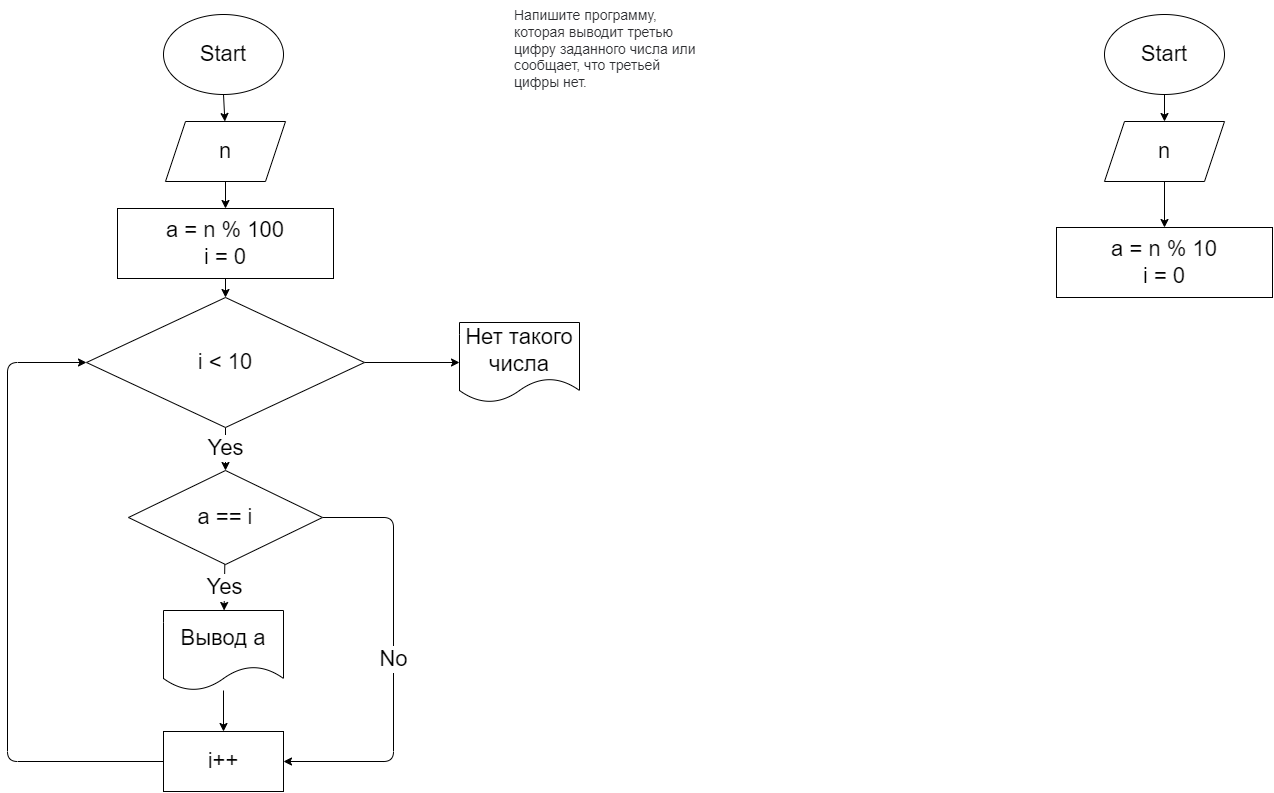
Pythoncheg/C-Discover keeps this draw.io diagram as HomeWork02/Example13/Ex13.drawio.png. Above is the earlier version. Source tidied: cells renumbered, new cells last; positions are measured from the earlier drawing's top-left corner, leaving out a move shared by most shapes.
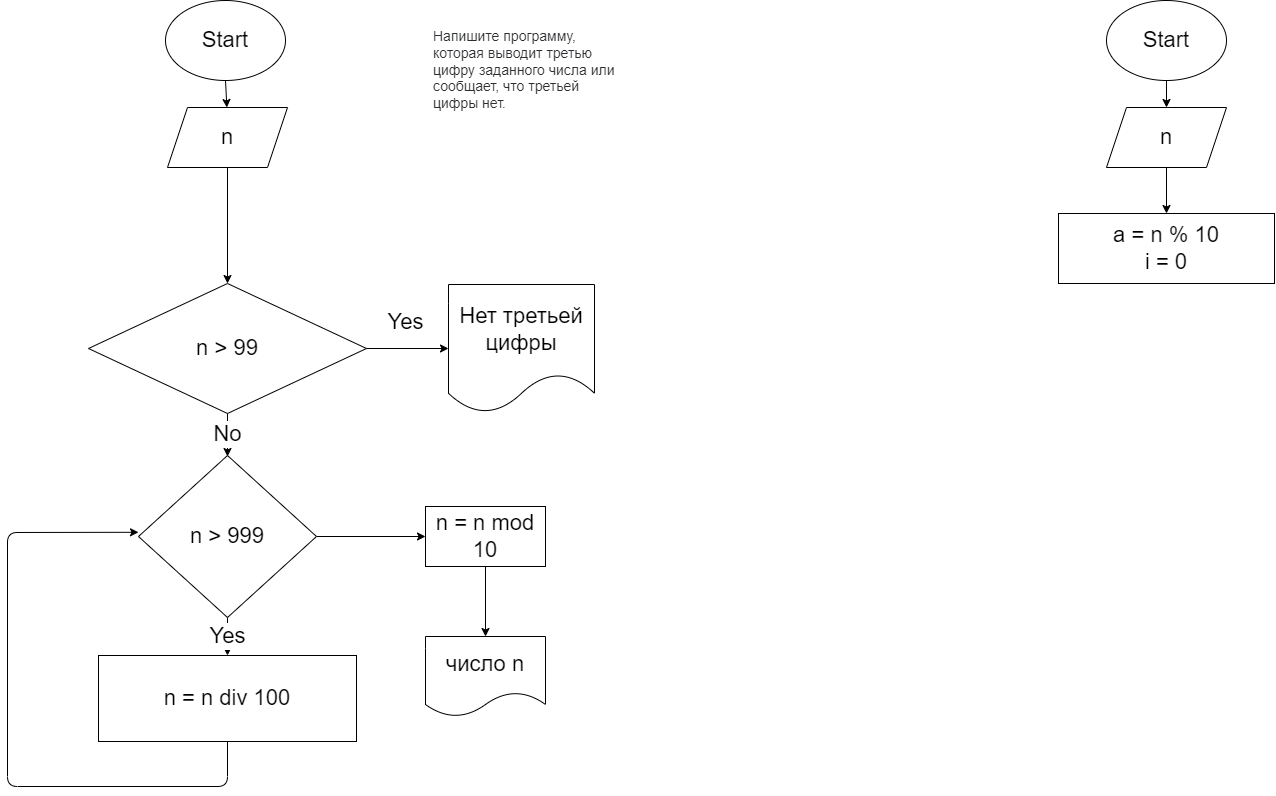
The same file after the commit.

Commit message:
Решил задание 13

Change to the diagram source:
```diff
@@ -3,7 +3,7 @@
     <mxCell id="0" />
     <mxCell id="1" parent="0" />
     <mxCell id="2" value="&lt;span style=&quot;color: rgb(44, 45, 48); font-family: roboto, &amp;quot;san francisco&amp;quot;, &amp;quot;helvetica neue&amp;quot;, helvetica, arial; font-size: 14px; font-style: normal; font-weight: 400; letter-spacing: normal; text-indent: 0px; text-transform: none; word-spacing: 0px; background-color: rgb(255, 255, 255); display: inline; float: none;&quot;&gt;Напишите программу, которая выводит третью цифру заданного числа или сообщает, что третьей цифры нет.&lt;/span&gt;" style="text;whiteSpace=wrap;html=1;" parent="1" vertex="1">
-      <mxGeometry x="505" width="196" height="112" as="geometry" />
+      <mxGeometry x="422" y="35" width="196" height="112" as="geometry" />
     </mxCell>
     <mxCell id="3" style="edgeStyle=none;html=1;fontSize=22;" parent="1" edge="1" source="4" target="6">
       <mxGeometry relative="1" as="geometry" />
@@ -11,60 +11,25 @@
     <mxCell id="4" value="Start" style="ellipse;whiteSpace=wrap;html=1;fontSize=22;" parent="1" vertex="1">
       <mxGeometry x="156" y="14" width="120" height="80" as="geometry" />
     </mxCell>
-    <mxCell id="5" style="edgeStyle=none;html=1;fontSize=22;" parent="1" edge="1" source="6" target="8">
+    <mxCell id="5" style="edgeStyle=none;html=1;fontSize=22;entryX=0.5;entryY=0;entryDx=0;entryDy=0;" parent="1" edge="1" source="6" target="11">
       <mxGeometry relative="1" as="geometry" />
     </mxCell>
     <mxCell id="6" value="n" style="shape=parallelogram;perimeter=parallelogramPerimeter;whiteSpace=wrap;html=1;fixedSize=1;fontSize=22;" parent="1" vertex="1">
       <mxGeometry x="158" y="121" width="120" height="60" as="geometry" />
     </mxCell>
-    <mxCell id="7" style="edgeStyle=none;html=1;fontSize=22;" parent="1" edge="1" source="8" target="11">
-      <mxGeometry relative="1" as="geometry" />
-    </mxCell>
-    <mxCell id="8" value="a = n % 100&lt;br&gt;i = 0" style="whiteSpace=wrap;html=1;fontSize=22;" parent="1" vertex="1">
-      <mxGeometry x="110" y="208" width="216" height="70" as="geometry" />
-    </mxCell>
-    <mxCell id="9" value="Yes" style="edgeStyle=none;html=1;fontSize=22;" parent="1" edge="1" source="11" target="14">
-      <mxGeometry relative="1" as="geometry" />
+    <mxCell id="9" value="No" style="edgeStyle=none;html=1;fontSize=22;" parent="1" edge="1" source="11">
+      <mxGeometry relative="1" as="geometry">
+        <mxPoint x="218" y="470" as="targetPoint" />
+      </mxGeometry>
     </mxCell>
     <mxCell id="10" style="edgeStyle=none;html=1;fontSize=22;" parent="1" edge="1" source="11" target="19">
       <mxGeometry relative="1" as="geometry" />
     </mxCell>
-    <mxCell id="11" value="i &amp;lt; 10" style="rhombus;whiteSpace=wrap;html=1;fontSize=22;" parent="1" vertex="1">
+    <mxCell id="11" value="n &amp;gt; 99" style="rhombus;whiteSpace=wrap;html=1;fontSize=22;" parent="1" vertex="1">
       <mxGeometry x="79" y="297" width="278" height="130" as="geometry" />
     </mxCell>
-    <mxCell id="12" value="Yes" style="edgeStyle=none;html=1;fontSize=22;" parent="1" edge="1" source="14" target="16">
-      <mxGeometry relative="1" as="geometry" />
-    </mxCell>
-    <mxCell id="13" value="No" style="edgeStyle=none;html=1;fontSize=22;entryX=1;entryY=0.5;entryDx=0;entryDy=0;" parent="1" edge="1" source="14" target="18">
-      <mxGeometry relative="1" as="geometry">
-        <Array as="points">
-          <mxPoint x="386" y="517" />
-          <mxPoint x="386" y="761" />
-        </Array>
-      </mxGeometry>
-    </mxCell>
-    <mxCell id="14" value="a == i" style="rhombus;whiteSpace=wrap;html=1;fontSize=22;" parent="1" vertex="1">
-      <mxGeometry x="121" y="470" width="194" height="94" as="geometry" />
-    </mxCell>
-    <mxCell id="15" style="edgeStyle=none;html=1;fontSize=22;" parent="1" edge="1" source="16" target="18">
-      <mxGeometry relative="1" as="geometry" />
-    </mxCell>
-    <mxCell id="16" value="Вывод a" style="shape=document;whiteSpace=wrap;html=1;boundedLbl=1;fontSize=22;" parent="1" vertex="1">
-      <mxGeometry x="156" y="610" width="120" height="80" as="geometry" />
-    </mxCell>
-    <mxCell id="17" style="edgeStyle=none;html=1;fontSize=22;entryX=0;entryY=0.5;entryDx=0;entryDy=0;" parent="1" edge="1" source="18" target="11">
-      <mxGeometry relative="1" as="geometry">
-        <Array as="points">
-          <mxPoint y="761" />
-          <mxPoint y="362" />
-        </Array>
-      </mxGeometry>
-    </mxCell>
-    <mxCell id="18" value="i++" style="whiteSpace=wrap;html=1;fontSize=22;" parent="1" vertex="1">
-      <mxGeometry x="156" y="731" width="120" height="60" as="geometry" />
-    </mxCell>
-    <mxCell id="19" value="Нет такого числа" style="shape=document;whiteSpace=wrap;html=1;boundedLbl=1;fontSize=22;" parent="1" vertex="1">
-      <mxGeometry x="452" y="322" width="120" height="80" as="geometry" />
+    <mxCell id="19" value="Нет третьей цифры" style="shape=document;whiteSpace=wrap;html=1;boundedLbl=1;fontSize=22;" parent="1" vertex="1">
+      <mxGeometry x="439" y="298" width="146" height="128" as="geometry" />
     </mxCell>
     <mxCell id="20" style="edgeStyle=none;html=1;exitX=0.5;exitY=1;exitDx=0;exitDy=0;fontSize=22;" parent="1" edge="1" source="21" target="23">
       <mxGeometry relative="1" as="geometry" />
@@ -81,5 +46,38 @@
     <mxCell id="24" value="a = n % 10&lt;br&gt;i = 0" style="whiteSpace=wrap;html=1;fontSize=22;" parent="1" vertex="1">
       <mxGeometry x="1049" y="227" width="216" height="70" as="geometry" />
     </mxCell>
+    <mxCell id="12" value="Yes" style="edgeStyle=none;html=1;fontSize=22;" parent="1" edge="1" source="26" target="28">
+      <mxGeometry relative="1" as="geometry" />
+    </mxCell>
+    <mxCell id="25" style="edgeStyle=none;html=1;fontSize=22;" parent="1" edge="1" source="26" target="30">
+      <mxGeometry relative="1" as="geometry" />
+    </mxCell>
+    <mxCell id="26" value="n &amp;gt; 999" style="rhombus;whiteSpace=wrap;html=1;fontSize=22;" parent="1" vertex="1">
+      <mxGeometry x="129" y="469" width="178" height="162" as="geometry" />
+    </mxCell>
+    <mxCell id="27" style="edgeStyle=none;html=1;entryX=0;entryY=0.474;entryDx=0;entryDy=0;entryPerimeter=0;fontSize=22;exitX=0.5;exitY=1;exitDx=0;exitDy=0;" parent="1" edge="1" source="28" target="26">
+      <mxGeometry relative="1" as="geometry">
+        <Array as="points">
+          <mxPoint x="218" y="800" />
+          <mxPoint x="-2" y="800" />
+          <mxPoint x="-2" y="546" />
+        </Array>
+      </mxGeometry>
+    </mxCell>
+    <mxCell id="28" value="n = n div 100" style="whiteSpace=wrap;html=1;fontSize=22;" parent="1" vertex="1">
+      <mxGeometry x="89" y="669" width="258" height="86" as="geometry" />
+    </mxCell>
+    <mxCell id="29" style="edgeStyle=none;html=1;fontSize=22;" parent="1" edge="1" source="30" target="31">
+      <mxGeometry relative="1" as="geometry" />
+    </mxCell>
+    <mxCell id="30" value="n = n mod 10" style="whiteSpace=wrap;html=1;fontSize=22;" parent="1" vertex="1">
+      <mxGeometry x="416" y="520" width="120" height="60" as="geometry" />
+    </mxCell>
+    <mxCell id="31" value="число n" style="shape=document;whiteSpace=wrap;html=1;boundedLbl=1;fontSize=22;" parent="1" vertex="1">
+      <mxGeometry x="416" y="650" width="120" height="80" as="geometry" />
+    </mxCell>
+    <mxCell id="32" value="Yes" style="text;html=1;align=center;verticalAlign=middle;strokeColor=none;fillColor=none;fontSize=22;" parent="1" vertex="1">
+      <mxGeometry x="373" y="321" width="46" height="30" as="geometry" />
+    </mxCell>
   </root>
 </mxGraphModel>
```
